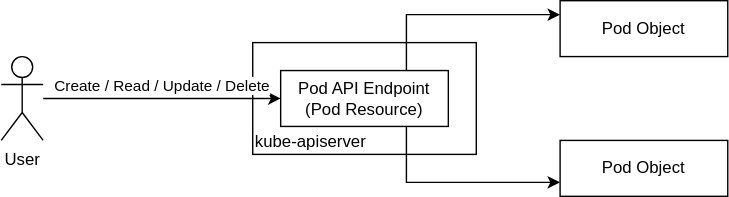
This is Kubernetes/images/resource.drawio.svg from k-makino-jp/sandbox, a draw.io export, as it was before one commit. Source tidied: cells renumbered, new cells last; positions are measured from the earlier drawing's top-left corner, leaving out a move shared by most shapes. Source of this version:
```xml
<mxGraphModel>
  <root>
    <mxCell id="0" />
    <mxCell id="1" parent="0" />
    <mxCell id="2" value="kube-apiserver" style="rounded=0;whiteSpace=wrap;html=1;align=left;verticalAlign=bottom;" parent="1" vertex="1">
      <mxGeometry x="180" y="30" width="160" height="80" as="geometry" />
    </mxCell>
    <mxCell id="3" style="edgeStyle=orthogonalEdgeStyle;rounded=0;jettySize=auto;html=1;exitX=0.75;exitY=0;exitDx=0;exitDy=0;entryX=0;entryY=0.25;entryDx=0;entryDy=0;" parent="1" edge="1" source="5" target="6">
      <mxGeometry relative="1" as="geometry" />
    </mxCell>
    <mxCell id="4" style="edgeStyle=orthogonalEdgeStyle;rounded=0;jettySize=auto;html=1;exitX=0.75;exitY=1;exitDx=0;exitDy=0;entryX=0;entryY=0.75;entryDx=0;entryDy=0;" parent="1" edge="1" source="5" target="7">
      <mxGeometry relative="1" as="geometry" />
    </mxCell>
    <mxCell id="5" value="Pod API Endpoint&lt;br&gt;(Pod Resource)" style="rounded=0;whiteSpace=wrap;html=1;" parent="1" vertex="1">
      <mxGeometry x="200" y="50" width="120" height="40" as="geometry" />
    </mxCell>
    <mxCell id="6" value="Pod Object" style="rounded=0;whiteSpace=wrap;html=1;" parent="1" vertex="1">
      <mxGeometry x="400" width="120" height="40" as="geometry" />
    </mxCell>
    <mxCell id="7" value="Pod Object" style="rounded=0;whiteSpace=wrap;html=1;" parent="1" vertex="1">
      <mxGeometry x="400" y="100" width="120" height="40" as="geometry" />
    </mxCell>
    <mxCell id="8" value="Create / Read / Update / Delete" style="edgeStyle=orthogonalEdgeStyle;rounded=0;jettySize=auto;html=1;entryX=0;entryY=0.5;entryDx=0;entryDy=0;verticalAlign=bottom;" parent="1" edge="1" source="9" target="5">
      <mxGeometry relative="1" as="geometry" />
    </mxCell>
    <mxCell id="9" value="User" style="shape=umlActor;verticalLabelPosition=bottom;verticalAlign=top;html=1;outlineConnect=0;" parent="1" vertex="1">
      <mxGeometry y="40" width="30" height="60" as="geometry" />
    </mxCell>
  </root>
</mxGraphModel>
```
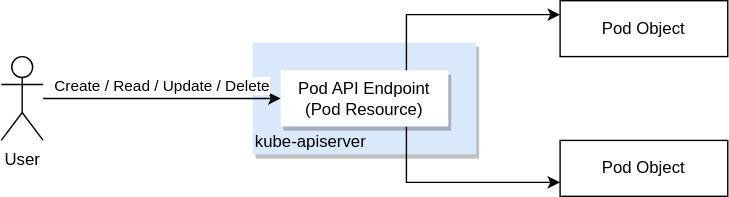
The same file after the commit.

The edit, as a diff of the source:
```diff
@@ -2,7 +2,7 @@
   <root>
     <mxCell id="0" />
     <mxCell id="1" parent="0" />
-    <mxCell id="2" value="kube-apiserver" style="rounded=0;whiteSpace=wrap;html=1;align=left;verticalAlign=bottom;" parent="1" vertex="1">
+    <mxCell id="2" value="kube-apiserver" style="rounded=0;whiteSpace=wrap;html=1;align=left;verticalAlign=bottom;fillColor=#dae8fc;shadow=1;strokeColor=none;" parent="1" vertex="1">
       <mxGeometry x="180" y="30" width="160" height="80" as="geometry" />
     </mxCell>
     <mxCell id="3" style="edgeStyle=orthogonalEdgeStyle;rounded=0;jettySize=auto;html=1;exitX=0.75;exitY=0;exitDx=0;exitDy=0;entryX=0;entryY=0.25;entryDx=0;entryDy=0;" parent="1" edge="1" source="5" target="6">
@@ -11,7 +11,7 @@
     <mxCell id="4" style="edgeStyle=orthogonalEdgeStyle;rounded=0;jettySize=auto;html=1;exitX=0.75;exitY=1;exitDx=0;exitDy=0;entryX=0;entryY=0.75;entryDx=0;entryDy=0;" parent="1" edge="1" source="5" target="7">
       <mxGeometry relative="1" as="geometry" />
     </mxCell>
-    <mxCell id="5" value="Pod API Endpoint&lt;br&gt;(Pod Resource)" style="rounded=0;whiteSpace=wrap;html=1;" parent="1" vertex="1">
+    <mxCell id="5" value="Pod API Endpoint&lt;br&gt;(Pod Resource)" style="rounded=0;whiteSpace=wrap;html=1;strokeColor=none;shadow=1;" parent="1" vertex="1">
       <mxGeometry x="200" y="50" width="120" height="40" as="geometry" />
     </mxCell>
     <mxCell id="6" value="Pod Object" style="rounded=0;whiteSpace=wrap;html=1;" parent="1" vertex="1">
```
